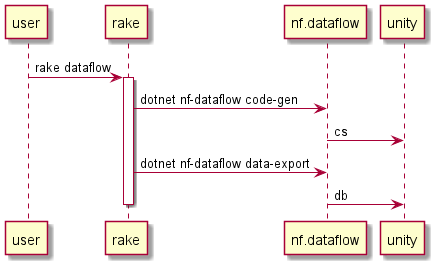
netpyoung/nf.data-flow keeps this PlantUML diagram as flow.png. Above is the earlier version.
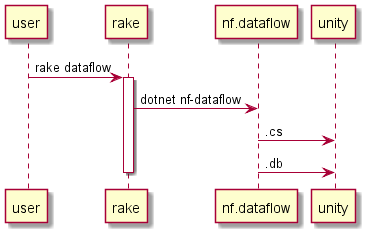
Above is the later version.

Change to the diagram source:
```diff
@@ -2,10 +2,9 @@
 
 user -> rake : rake dataflow
 activate rake
-rake -> nf.dataflow : dotnet nf-dataflow code-gen
-nf.dataflow -> unity : cs
-rake -> nf.dataflow : dotnet nf-dataflow data-export
-nf.dataflow -> unity : db
+rake -> nf.dataflow : dotnet nf-dataflow
+nf.dataflow -> unity : .cs
+nf.dataflow -> unity : .db
 deactivate
 
 @enduml
```
